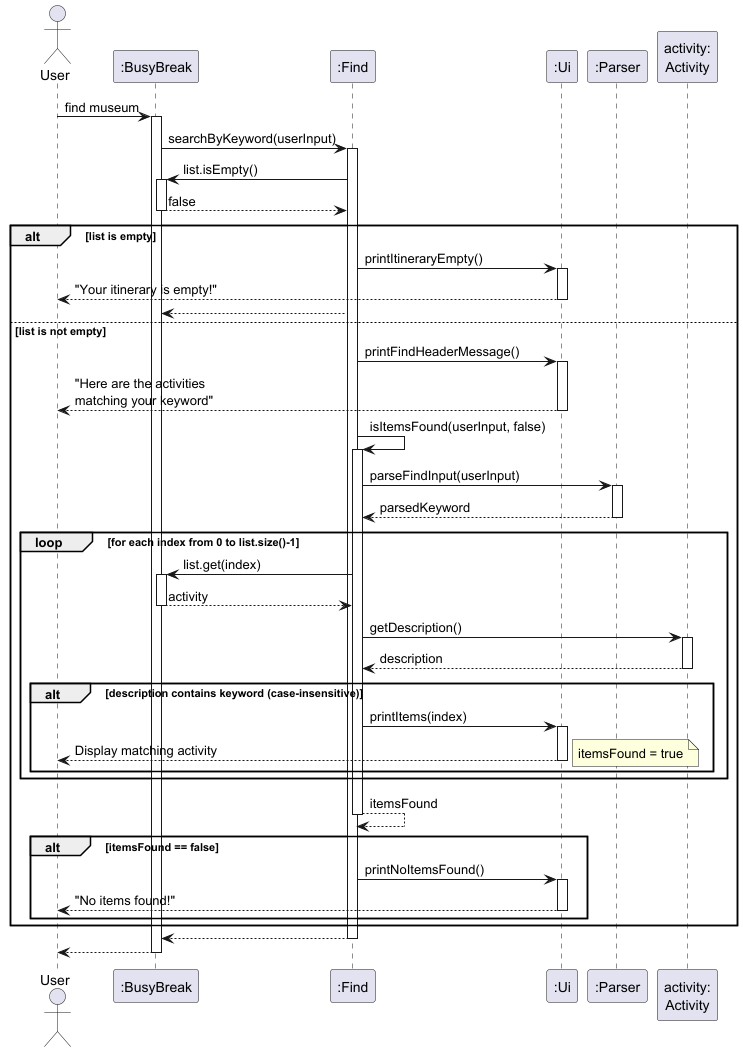
Above: docs/diagrams/FindCommandSequenceDiagram.png in AY2526S1-CS2113-W13-4/tp (PlantUML), before the change.
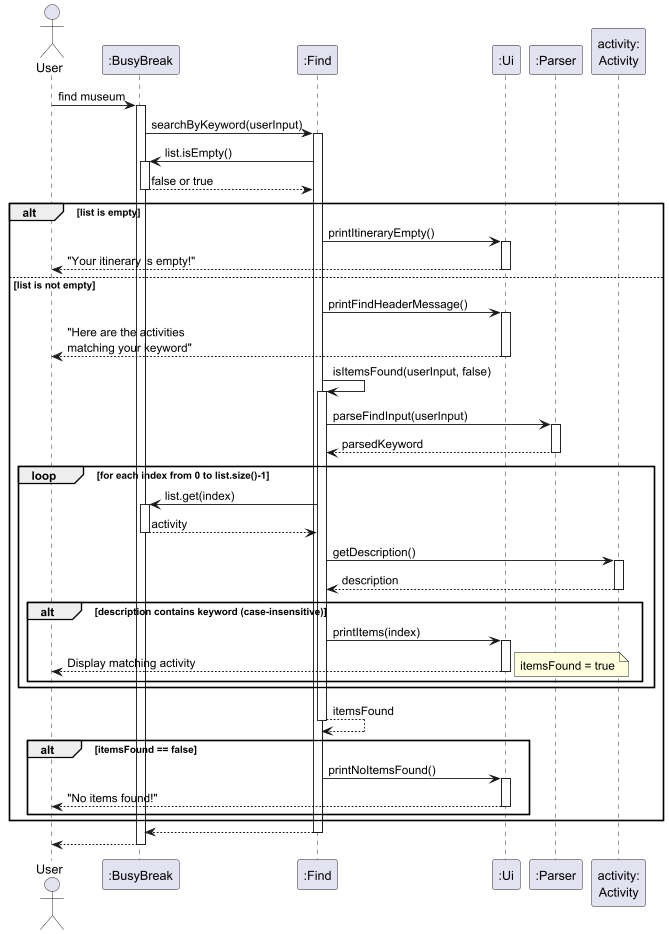
The same diagram one commit later.

Commit message:
fix sequence diagram issues

Diff of the diagram source:
```diff
@@ -15,7 +15,7 @@
 
 Find -> BusyBreak: list.isEmpty()
 activate BusyBreak
-BusyBreak --> Find: false
+BusyBreak --> Find: false or true
 deactivate BusyBreak
 
 alt list is empty
@@ -23,7 +23,7 @@
     activate Ui
     Ui --> User: "Your itinerary is empty!"
     deactivate Ui
-    Find --> BusyBreak
+
 else list is not empty
 
     Find -> Ui: printFindHeaderMessage()
```
